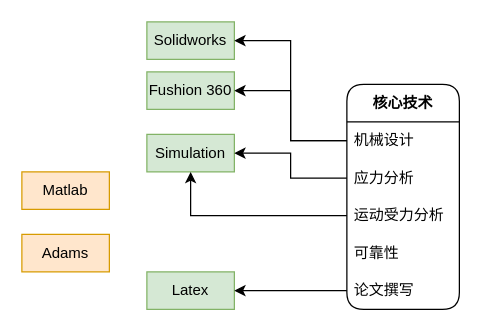
This is 0916-毕设启动-现状分析.drawio from Geek-0/Tool, a draw.io file, before an edit. Source tidied: cells renumbered, new cells numbered last; positions are measured from the earlier drawing's top-left corner, leaving out a move shared by most shapes. Both pictures are drawn from the tidied source at 125%, with x=0, y=0 at pixel (21, 21).
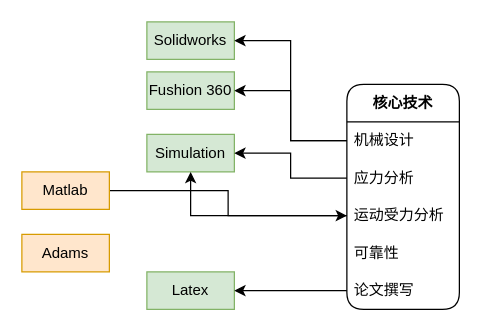
Above is the later version.

Commit message (it also covers changes not shown here):
更新0916-毕设启动-现状分析.drawio

The change refers to these unchanged cells:
```xml
<mxCell id="5" value="运动受力分析" style="text;align=left;verticalAlign=middle;spacingLeft=4;spacingRight=4;overflow=hidden;points=[[0,0.5],[1,0.5]];portConstraint=eastwest;whiteSpace=wrap;html=1;swimlaneFillColor=default;rounded=1;glass=0;shadow=0;swimlaneLine=1;" parent="2" vertex="1">
  <mxGeometry y="90" width="90" height="30" as="geometry" />
</mxCell>
<mxCell id="12" value="Simulation" style="rounded=0;whiteSpace=wrap;html=1;fillColor=#d5e8d4;strokeColor=#82b366;" parent="1" vertex="1">
  <mxGeometry x="100" y="90" width="70" height="30" as="geometry" />
</mxCell>
<mxCell id="17" value="Matlab" style="rounded=0;whiteSpace=wrap;html=1;fillColor=#ffe6cc;strokeColor=#d79b00;" parent="1" vertex="1">
  <mxGeometry y="120" width="70" height="30" as="geometry" />
</mxCell>
```

What changed in the source:
```diff
@@
     <mxCell id="16" style="edgeStyle=orthogonalEdgeStyle;rounded=0;jettySize=auto;html=1;exitX=0;exitY=0.5;exitDx=0;exitDy=0;entryX=0.5;entryY=1;entryDx=0;entryDy=0;" parent="1" edge="1" source="5" target="12">
-      <mxGeometry relative="1" as="geometry" />
+      <mxGeometry relative="1" as="geometry">
+        <Array as="points">
+          <mxPoint x="135" y="155" />
+        </Array>
+      </mxGeometry>
     </mxCell>
+    <mxCell id="19" style="edgeStyle=orthogonalEdgeStyle;rounded=0;jettySize=auto;html=1;" parent="1" edge="1" source="17" target="5">
+      <mxGeometry relative="1" as="geometry" />
+    </mxCell>
```
